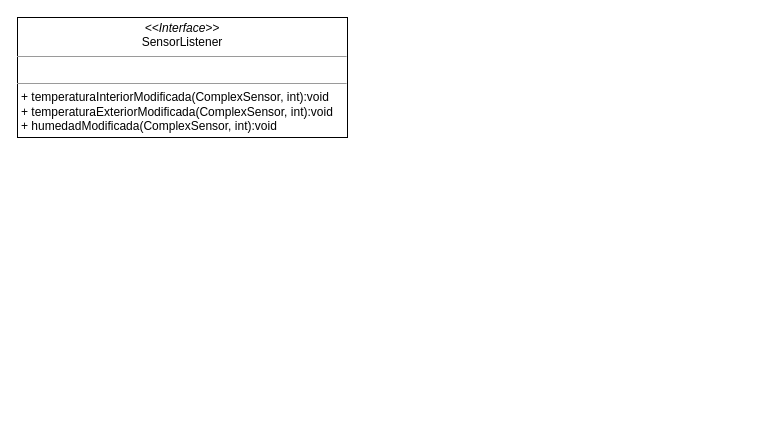
nhubczyk/Diagramas-UML keeps this draw.io diagram as unq-po2-complexWithListener.drawio. Above is the earlier version. Source tidied: cells renumbered, new cells numbered last; positions are measured from the earlier drawing's top-left corner, leaving out a move shared by most shapes. Both pictures are drawn from the tidied source at 100%, with x=0, y=0 at pixel (17, 17).
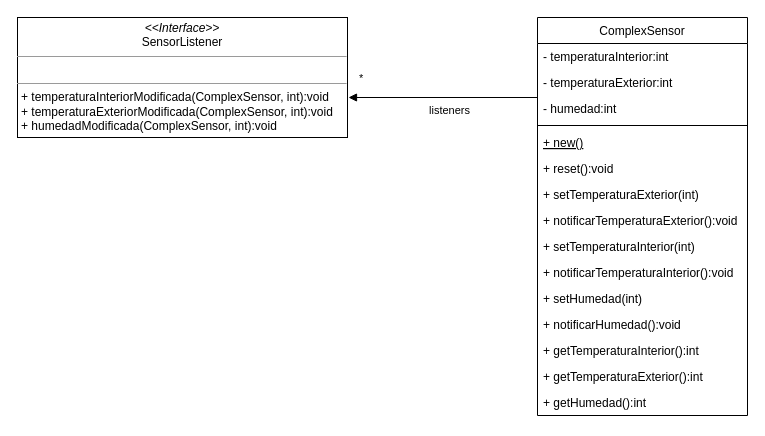
Above is the later version.

Diff of the diagram source:
```diff
@@
+    <mxCell id="3" value="ComplexSensor" style="swimlane;fontStyle=0;align=center;verticalAlign=top;horizontal=1;startSize=26;" parent="1" vertex="1">
+      <mxGeometry x="520" width="210" height="398" as="geometry" />
+    </mxCell>
+    <mxCell id="4" value="- temperaturaInterior:int" style="text;strokeColor=none;fillColor=none;align=left;verticalAlign=top;spacingLeft=4;spacingRight=4;overflow=hidden;" parent="3" vertex="1">
+      <mxGeometry y="26" width="210" height="26" as="geometry" />
+    </mxCell>
+    <mxCell id="5" value="- temperaturaExterior:int" style="text;strokeColor=none;fillColor=none;align=left;verticalAlign=top;spacingLeft=4;spacingRight=4;overflow=hidden;" parent="3" vertex="1">
+      <mxGeometry y="52" width="210" height="26" as="geometry" />
+    </mxCell>
+    <mxCell id="6" value="- humedad:int" style="text;strokeColor=none;fillColor=none;align=left;verticalAlign=top;spacingLeft=4;spacingRight=4;overflow=hidden;" parent="3" vertex="1">
+      <mxGeometry y="78" width="210" height="26" as="geometry" />
+    </mxCell>
+    <mxCell id="7" style="line;strokeWidth=1;fillColor=none;align=left;verticalAlign=middle;spacingTop=-1;spacingLeft=3;spacingRight=3;labelPosition=right;strokeColor=inherit;" parent="3" vertex="1">
+      <mxGeometry y="104" width="210" height="8" as="geometry" />
+    </mxCell>
+    <mxCell id="8" value="+ new()" style="text;strokeColor=none;fillColor=none;align=left;verticalAlign=top;spacingLeft=4;spacingRight=4;overflow=hidden;fontStyle=4;" parent="3" vertex="1">
+      <mxGeometry y="112" width="210" height="26" as="geometry" />
+    </mxCell>
+    <mxCell id="9" value="+ reset():void" style="text;strokeColor=none;fillColor=none;align=left;verticalAlign=top;spacingLeft=4;spacingRight=4;overflow=hidden;fontStyle=0;" parent="3" vertex="1">
+      <mxGeometry y="138" width="210" height="26" as="geometry" />
+    </mxCell>
+    <mxCell id="10" value="+ setTemperaturaExterior(int)" style="text;strokeColor=none;fillColor=none;align=left;verticalAlign=top;spacingLeft=4;spacingRight=4;overflow=hidden;fontStyle=0;" parent="3" vertex="1">
+      <mxGeometry y="164" width="210" height="26" as="geometry" />
+    </mxCell>
+    <mxCell id="11" value="+ notificarTemperaturaExterior():void" style="text;strokeColor=none;fillColor=none;align=left;verticalAlign=top;spacingLeft=4;spacingRight=4;overflow=hidden;fontStyle=0;" parent="3" vertex="1">
+      <mxGeometry y="190" width="210" height="26" as="geometry" />
+    </mxCell>
+    <mxCell id="12" value="+ setTemperaturaInterior(int)" style="text;strokeColor=none;fillColor=none;align=left;verticalAlign=top;spacingLeft=4;spacingRight=4;overflow=hidden;fontStyle=0;" parent="3" vertex="1">
+      <mxGeometry y="216" width="210" height="26" as="geometry" />
+    </mxCell>
+    <mxCell id="13" value="+ notificarTemperaturaInterior():void" style="text;strokeColor=none;fillColor=none;align=left;verticalAlign=top;spacingLeft=4;spacingRight=4;overflow=hidden;fontStyle=0;" parent="3" vertex="1">
+      <mxGeometry y="242" width="210" height="26" as="geometry" />
+    </mxCell>
+    <mxCell id="14" value="+ setHumedad(int)" style="text;strokeColor=none;fillColor=none;align=left;verticalAlign=top;spacingLeft=4;spacingRight=4;overflow=hidden;fontStyle=0;" parent="3" vertex="1">
+      <mxGeometry y="268" width="210" height="26" as="geometry" />
+    </mxCell>
+    <mxCell id="15" value="+ notificarHumedad():void" style="text;strokeColor=none;fillColor=none;align=left;verticalAlign=top;spacingLeft=4;spacingRight=4;overflow=hidden;fontStyle=0;" parent="3" vertex="1">
+      <mxGeometry y="294" width="210" height="26" as="geometry" />
+    </mxCell>
+    <mxCell id="16" value="+ getTemperaturaInterior():int" style="text;strokeColor=none;fillColor=none;align=left;verticalAlign=top;spacingLeft=4;spacingRight=4;overflow=hidden;fontStyle=0;" parent="3" vertex="1">
+      <mxGeometry y="320" width="210" height="26" as="geometry" />
+    </mxCell>
+    <mxCell id="17" value="+ getTemperaturaExterior():int" style="text;strokeColor=none;fillColor=none;align=left;verticalAlign=top;spacingLeft=4;spacingRight=4;overflow=hidden;fontStyle=0;" parent="3" vertex="1">
+      <mxGeometry y="346" width="210" height="26" as="geometry" />
+    </mxCell>
+    <mxCell id="18" value="+ getHumedad():int " style="text;strokeColor=none;fillColor=none;align=left;verticalAlign=top;spacingLeft=4;spacingRight=4;overflow=hidden;fontStyle=0;" parent="3" vertex="1">
+      <mxGeometry y="372" width="210" height="26" as="geometry" />
+    </mxCell>
+    <mxCell id="19" value="listeners" style="endArrow=block;endFill=1;html=1;edgeStyle=orthogonalEdgeStyle;align=left;verticalAlign=top;rounded=0;exitX=-0.006;exitY=0.077;exitDx=0;exitDy=0;exitPerimeter=0;" parent="1" edge="1">
+      <mxGeometry x="0.16" relative="1" as="geometry">
+        <mxPoint x="520" y="80" as="sourcePoint" />
+        <mxPoint x="331" y="80" as="targetPoint" />
+      </mxGeometry>
+    </mxCell>
+    <mxCell id="20" value="*" style="edgeLabel;html=1;align=left;verticalAlign=bottom;" parent="19" vertex="1">
+      <mxGeometry x="-1" relative="1" as="geometry">
+        <mxPoint x="-180" y="-11" as="offset" />
+      </mxGeometry>
+    </mxCell>
```
